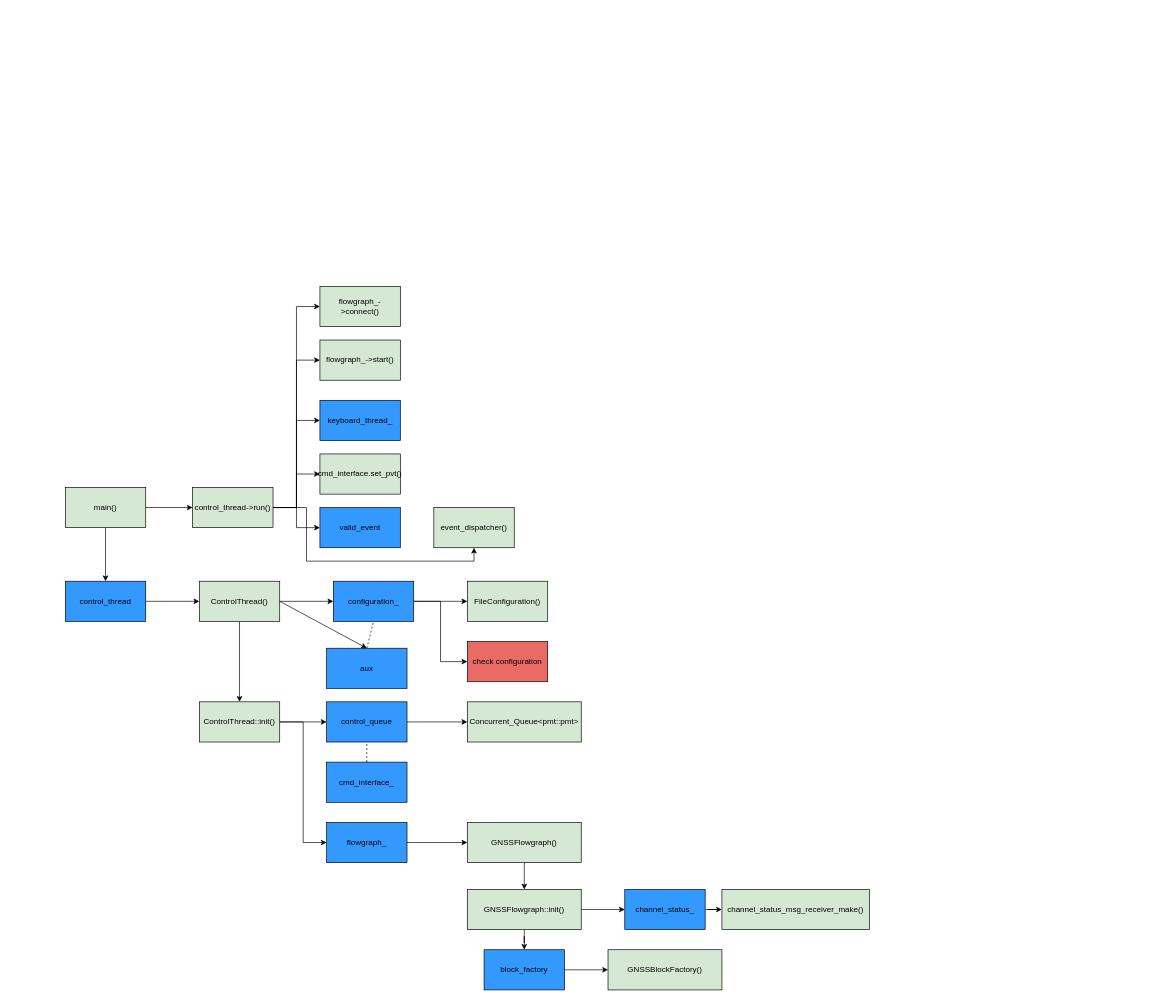
This is gnss-sdr-call.drawio from Mortarboard-H/gnss-sdr, a draw.io file, before an edit. Source tidied: cells renumbered, new cells numbered last; positions are measured from the earlier drawing's top-left corner, leaving out a move shared by most shapes. Both pictures are drawn from the tidied source at 67%, with x=0, y=0 at pixel (65, 286).
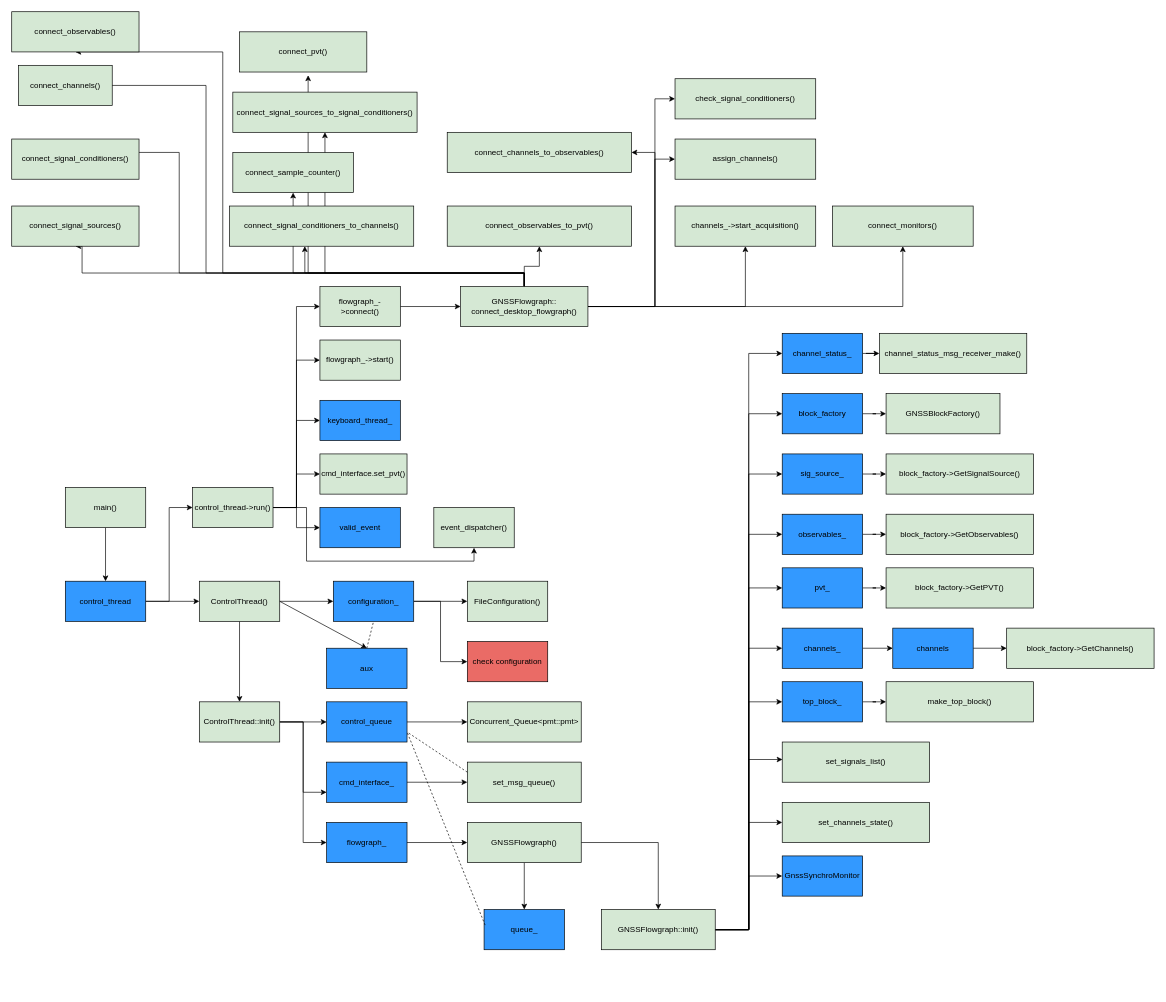
The same page after the edit.

The change refers to these unchanged cells:
```xml
<mxCell id="4" value="main()" style="rounded=0;whiteSpace=wrap;html=1;fillColor=#D5E8D4;" parent="1" vertex="1">
  <mxGeometry y="300" width="120" height="60" as="geometry" />
</mxCell>
<mxCell id="6" value="control_thread" style="whiteSpace=wrap;html=1;rounded=0;fillColor=#3399FF;" parent="1" vertex="1">
  <mxGeometry y="440" width="120" height="60" as="geometry" />
</mxCell>
<mxCell id="19" value="ControlThread::init()" style="whiteSpace=wrap;html=1;rounded=0;fillColor=#D5E8D4;" parent="1" vertex="1">
  <mxGeometry x="200" y="620" width="120" height="60" as="geometry" />
</mxCell>
<mxCell id="21" value="control_queue" style="whiteSpace=wrap;html=1;rounded=0;strokeColor=#000000;fillColor=#3399FF;" parent="1" vertex="1">
  <mxGeometry x="390" y="620" width="120" height="60" as="geometry" />
</mxCell>
<mxCell id="24" value="cmd_interface_" style="whiteSpace=wrap;html=1;rounded=0;strokeColor=#000000;fillColor=#3399FF;" parent="1" vertex="1">
  <mxGeometry x="390" y="710" width="120" height="60" as="geometry" />
</mxCell>
<mxCell id="29" value="GNSSFlowgraph()" style="whiteSpace=wrap;html=1;rounded=0;fillColor=#D5E8D4;" parent="1" vertex="1">
  <mxGeometry x="600" y="800" width="170" height="60" as="geometry" />
</mxCell>
<mxCell id="36" value="control_thread-&amp;gt;run()" style="whiteSpace=wrap;html=1;rounded=0;fillColor=#D5E8D4;" parent="1" vertex="1">
  <mxGeometry x="190" y="300" width="120" height="60" as="geometry" />
</mxCell>
<mxCell id="37" value="flowgraph_-&amp;gt;connect()" style="whiteSpace=wrap;html=1;rounded=0;fillColor=#D5E8D4;" parent="1" vertex="1">
  <mxGeometry x="380" width="120" height="60" as="geometry" />
</mxCell>
```

What changed in the source:
```diff
@@
-    <mxCell id="3" style="edgeStyle=orthogonalEdgeStyle;rounded=0;jettySize=auto;html=1;exitX=1;exitY=0.5;exitDx=0;exitDy=0;entryX=0;entryY=0.5;entryDx=0;entryDy=0;fontColor=#3399FF;" parent="1" edge="1" source="4" target="36">
-      <mxGeometry relative="1" as="geometry" />
-    </mxCell>
@@
+    <mxCell id="52" style="edgeStyle=orthogonalEdgeStyle;rounded=0;jettySize=auto;html=1;entryX=0;entryY=0.5;entryDx=0;entryDy=0;" parent="1" edge="1" source="6" target="36">
+      <mxGeometry relative="1" as="geometry" />
+    </mxCell>
@@
+    <mxCell id="53" style="edgeStyle=orthogonalEdgeStyle;rounded=0;jettySize=auto;html=1;entryX=0;entryY=0.75;entryDx=0;entryDy=0;" parent="1" edge="1" source="19" target="24">
+      <mxGeometry relative="1" as="geometry" />
+    </mxCell>
@@
+    <mxCell id="54" style="edgeStyle=orthogonalEdgeStyle;rounded=0;jettySize=auto;html=1;entryX=0;entryY=0.5;entryDx=0;entryDy=0;" parent="1" edge="1" source="24" target="87">
+      <mxGeometry relative="1" as="geometry" />
+    </mxCell>
@@
-    <mxCell id="25" style="endArrow=none;dashed=1;html=1;rounded=0;fontColor=#3399FF;entryX=0.5;entryY=1;entryDx=0;entryDy=0;exitX=0.5;exitY=0;exitDx=0;exitDy=0;" parent="1" edge="1" source="24" target="21">
-      <mxGeometry relative="1" as="geometry" />
-    </mxCell>
@@
+    <mxCell id="55" style="edgeStyle=orthogonalEdgeStyle;rounded=0;jettySize=auto;html=1;entryX=0.5;entryY=0;entryDx=0;entryDy=0;" parent="1" edge="1" source="29" target="85">
+      <mxGeometry relative="1" as="geometry" />
+    </mxCell>
@@
+    <mxCell id="56" style="edgeStyle=orthogonalEdgeStyle;rounded=0;jettySize=auto;html=1;" parent="1" edge="1" source="37" target="103">
+      <mxGeometry relative="1" as="geometry" />
+    </mxCell>
@@
     <mxCell id="40" value="cmd_interface.set_pvt()" style="whiteSpace=wrap;html=1;rounded=0;fillColor=#D5E8D4;" parent="1" vertex="1">
-      <mxGeometry x="380" y="250" width="120" height="60" as="geometry" />
+      <mxGeometry x="380" y="250" width="130" height="60" as="geometry" />
     </mxCell>
@@
+    <mxCell id="44" style="edgeStyle=orthogonalEdgeStyle;rounded=0;jettySize=auto;html=1;entryX=0;entryY=0.5;entryDx=0;entryDy=0;" parent="1" edge="1" source="45" target="50">
+      <mxGeometry relative="1" as="geometry" />
+    </mxCell>
+    <mxCell id="57" style="edgeStyle=orthogonalEdgeStyle;rounded=0;jettySize=auto;html=1;entryX=0;entryY=0.5;entryDx=0;entryDy=0;" parent="1" edge="1" source="45" target="66">
+      <mxGeometry relative="1" as="geometry" />
+    </mxCell>
+    <mxCell id="58" style="edgeStyle=orthogonalEdgeStyle;rounded=0;jettySize=auto;html=1;entryX=0;entryY=0.5;entryDx=0;entryDy=0;" parent="1" edge="1" source="45" target="69">
+      <mxGeometry relative="1" as="geometry" />
+    </mxCell>
+    <mxCell id="59" style="edgeStyle=orthogonalEdgeStyle;rounded=0;jettySize=auto;html=1;entryX=0;entryY=0.5;entryDx=0;entryDy=0;" parent="1" edge="1" source="45" target="72">
+      <mxGeometry relative="1" as="geometry" />
+    </mxCell>
-    <mxCell id="43" style="edgeStyle=orthogonalEdgeStyle;rounded=0;jettySize=auto;html=1;entryX=0.5;entryY=0;entryDx=0;entryDy=0;" parent="1" edge="1" source="45" target="47">
+    <mxCell id="43" style="edgeStyle=orthogonalEdgeStyle;rounded=0;jettySize=auto;html=1;entryX=0;entryY=0.5;entryDx=0;entryDy=0;" parent="1" edge="1" source="45" target="47">
       <mxGeometry relative="1" as="geometry" />
     </mxCell>
-    <mxCell id="44" style="edgeStyle=orthogonalEdgeStyle;rounded=0;jettySize=auto;html=1;entryX=0;entryY=0.5;entryDx=0;entryDy=0;" parent="1" edge="1" source="45" target="50">
-      <mxGeometry relative="1" as="geometry" />
-    </mxCell>
+    <mxCell id="60" style="edgeStyle=orthogonalEdgeStyle;rounded=0;jettySize=auto;html=1;entryX=0;entryY=0.5;entryDx=0;entryDy=0;" parent="1" edge="1" source="45" target="75">
+      <mxGeometry relative="1" as="geometry" />
+    </mxCell>
+    <mxCell id="61" style="edgeStyle=orthogonalEdgeStyle;rounded=0;jettySize=auto;html=1;entryX=0;entryY=0.5;entryDx=0;entryDy=0;" parent="1" edge="1" source="45" target="78">
+      <mxGeometry relative="1" as="geometry" />
+    </mxCell>
+    <mxCell id="62" style="edgeStyle=orthogonalEdgeStyle;rounded=0;jettySize=auto;html=1;entryX=0.002;entryY=0.435;entryDx=0;entryDy=0;entryPerimeter=0;" parent="1" edge="1" source="45" target="82">
+      <mxGeometry relative="1" as="geometry" />
+    </mxCell>
+    <mxCell id="63" style="edgeStyle=orthogonalEdgeStyle;rounded=0;jettySize=auto;html=1;entryX=0;entryY=0.5;entryDx=0;entryDy=0;" parent="1" edge="1" source="45" target="83">
+      <mxGeometry relative="1" as="geometry" />
+    </mxCell>
+    <mxCell id="64" style="edgeStyle=orthogonalEdgeStyle;rounded=0;jettySize=auto;html=1;entryX=0;entryY=0.5;entryDx=0;entryDy=0;" parent="1" edge="1" source="45" target="84">
+      <mxGeometry relative="1" as="geometry" />
+    </mxCell>
     <mxCell id="45" value="GNSSFlowgraph::init()" style="whiteSpace=wrap;html=1;rounded=0;fillColor=#D5E8D4;" parent="1" vertex="1">
-      <mxGeometry x="600" y="900" width="170" height="60" as="geometry" />
+      <mxGeometry x="800" y="930" width="170" height="60" as="geometry" />
     </mxCell>
@@
     <mxCell id="47" value="block_factory" style="whiteSpace=wrap;html=1;rounded=0;strokeColor=#000000;fillColor=#3399FF;" parent="1" vertex="1">
-      <mxGeometry x="625" y="990" width="120" height="60" as="geometry" />
+      <mxGeometry x="1070" y="160" width="120" height="60" as="geometry" />
     </mxCell>
     <mxCell id="48" value="GNSSBlockFactory()" style="whiteSpace=wrap;html=1;rounded=0;fillColor=#D5E8D4;" parent="1" vertex="1">
-      <mxGeometry x="810" y="990" width="170" height="60" as="geometry" />
+      <mxGeometry x="1225" y="160" width="170" height="60" as="geometry" />
     </mxCell>
@@
     <mxCell id="50" value="channel_status_" style="whiteSpace=wrap;html=1;rounded=0;strokeColor=#000000;fillColor=#3399FF;" parent="1" vertex="1">
-      <mxGeometry x="835" y="900" width="120" height="60" as="geometry" />
+      <mxGeometry x="1070" y="70" width="120" height="60" as="geometry" />
     </mxCell>
     <mxCell id="51" value="channel_status_msg_receiver_make()" style="whiteSpace=wrap;html=1;rounded=0;fillColor=#D5E8D4;" parent="1" vertex="1">
-      <mxGeometry x="980" y="900" width="220" height="60" as="geometry" />
+      <mxGeometry x="1215" y="70" width="220" height="60" as="geometry" />
     </mxCell>
+    <mxCell id="65" style="edgeStyle=orthogonalEdgeStyle;rounded=0;jettySize=auto;html=1;entryX=0;entryY=0.5;entryDx=0;entryDy=0;" parent="1" edge="1" source="66" target="67">
+      <mxGeometry relative="1" as="geometry" />
+    </mxCell>
+    <mxCell id="66" value="sig_source_" style="whiteSpace=wrap;html=1;rounded=0;strokeColor=#000000;fillColor=#3399FF;" parent="1" vertex="1">
+      <mxGeometry x="1070" y="250" width="120" height="60" as="geometry" />
+    </mxCell>
+    <mxCell id="67" value="block_factory-&amp;gt;GetSignalSource()" style="whiteSpace=wrap;html=1;rounded=0;fillColor=#D5E8D4;" parent="1" vertex="1">
+      <mxGeometry x="1225" y="250" width="220" height="60" as="geometry" />
+    </mxCell>
+    <mxCell id="68" style="edgeStyle=orthogonalEdgeStyle;rounded=0;jettySize=auto;html=1;entryX=0;entryY=0.5;entryDx=0;entryDy=0;" parent="1" edge="1" source="69" target="70">
+      <mxGeometry relative="1" as="geometry" />
+    </mxCell>
+    <mxCell id="69" value="observables_" style="whiteSpace=wrap;html=1;rounded=0;strokeColor=#000000;fillColor=#3399FF;" parent="1" vertex="1">
+      <mxGeometry x="1070" y="340" width="120" height="60" as="geometry" />
+    </mxCell>
+    <mxCell id="70" value="block_factory-&amp;gt;GetObservables()" style="whiteSpace=wrap;html=1;rounded=0;fillColor=#D5E8D4;" parent="1" vertex="1">
+      <mxGeometry x="1225" y="340" width="220" height="60" as="geometry" />
+    </mxCell>
+    <mxCell id="71" style="edgeStyle=orthogonalEdgeStyle;rounded=0;jettySize=auto;html=1;entryX=0;entryY=0.5;entryDx=0;entryDy=0;" parent="1" edge="1" source="72" target="73">
+      <mxGeometry relative="1" as="geometry" />
+    </mxCell>
+    <mxCell id="72" value="pvt_" style="whiteSpace=wrap;html=1;rounded=0;strokeColor=#000000;fillColor=#3399FF;" parent="1" vertex="1">
+      <mxGeometry x="1070" y="420" width="120" height="60" as="geometry" />
+    </mxCell>
+    <mxCell id="73" value="block_factory-&amp;gt;GetPVT()" style="whiteSpace=wrap;html=1;rounded=0;fillColor=#D5E8D4;" parent="1" vertex="1">
+      <mxGeometry x="1225" y="420" width="220" height="60" as="geometry" />
+    </mxCell>
+    <mxCell id="74" style="edgeStyle=orthogonalEdgeStyle;rounded=0;jettySize=auto;html=1;entryX=0;entryY=0.5;entryDx=0;entryDy=0;" parent="1" edge="1" source="75" target="76">
+      <mxGeometry relative="1" as="geometry" />
+    </mxCell>
+    <mxCell id="75" value="top_block_" style="whiteSpace=wrap;html=1;rounded=0;strokeColor=#000000;fillColor=#3399FF;" parent="1" vertex="1">
+      <mxGeometry x="1070" y="590" width="120" height="60" as="geometry" />
+    </mxCell>
+    <mxCell id="76" value="make_top_block()" style="whiteSpace=wrap;html=1;rounded=0;fillColor=#D5E8D4;" parent="1" vertex="1">
+      <mxGeometry x="1225" y="590" width="220" height="60" as="geometry" />
+    </mxCell>
+    <mxCell id="77" style="edgeStyle=orthogonalEdgeStyle;rounded=0;jettySize=auto;html=1;entryX=0;entryY=0.5;entryDx=0;entryDy=0;" parent="1" edge="1" source="78" target="80">
+      <mxGeometry relative="1" as="geometry" />
+    </mxCell>
+    <mxCell id="78" value="channels_" style="whiteSpace=wrap;html=1;rounded=0;strokeColor=#000000;fillColor=#3399FF;" parent="1" vertex="1">
+      <mxGeometry x="1070" y="510" width="120" height="60" as="geometry" />
+    </mxCell>
+    <mxCell id="79" style="edgeStyle=orthogonalEdgeStyle;rounded=0;jettySize=auto;html=1;entryX=0;entryY=0.5;entryDx=0;entryDy=0;" parent="1" edge="1" source="80" target="81">
+      <mxGeometry relative="1" as="geometry" />
+    </mxCell>
+    <mxCell id="80" value="channels" style="whiteSpace=wrap;html=1;rounded=0;strokeColor=#000000;fillColor=#3399FF;" parent="1" vertex="1">
+      <mxGeometry x="1235" y="510" width="120" height="60" as="geometry" />
+    </mxCell>
+    <mxCell id="81" value="block_factory-&amp;gt;GetChannels()" style="whiteSpace=wrap;html=1;rounded=0;fillColor=#D5E8D4;" parent="1" vertex="1">
+      <mxGeometry x="1405" y="510" width="220" height="60" as="geometry" />
+    </mxCell>
+    <mxCell id="82" value="set_signals_list()" style="whiteSpace=wrap;html=1;rounded=0;fillColor=#D5E8D4;" parent="1" vertex="1">
+      <mxGeometry x="1070" y="680" width="220" height="60" as="geometry" />
+    </mxCell>
+    <mxCell id="83" value="set_channels_state()" style="whiteSpace=wrap;html=1;rounded=0;fillColor=#D5E8D4;" parent="1" vertex="1">
+      <mxGeometry x="1070" y="770" width="220" height="60" as="geometry" />
+    </mxCell>
+    <mxCell id="84" value="GnssSynchroMonitor" style="whiteSpace=wrap;html=1;rounded=0;strokeColor=#000000;fillColor=#3399FF;" parent="1" vertex="1">
+      <mxGeometry x="1070" y="850" width="120" height="60" as="geometry" />
+    </mxCell>
+    <mxCell id="85" value="queue_" style="whiteSpace=wrap;html=1;rounded=0;strokeColor=#000000;fillColor=#3399FF;" parent="1" vertex="1">
+      <mxGeometry x="625" y="930" width="120" height="60" as="geometry" />
+    </mxCell>
+    <mxCell id="86" style="endArrow=none;dashed=1;html=1;rounded=0;entryX=1;entryY=0.75;entryDx=0;entryDy=0;exitX=0.013;exitY=0.387;exitDx=0;exitDy=0;exitPerimeter=0;" parent="1" edge="1" source="85" target="21">
+      <mxGeometry relative="1" as="geometry" />
+    </mxCell>
+    <mxCell id="87" value="set_msg_queue()" style="whiteSpace=wrap;html=1;rounded=0;fillColor=#D5E8D4;" parent="1" vertex="1">
+      <mxGeometry x="600" y="710" width="170" height="60" as="geometry" />
+    </mxCell>
+    <mxCell id="88" style="endArrow=none;dashed=1;html=1;rounded=0;entryX=1;entryY=0.75;entryDx=0;entryDy=0;exitX=0;exitY=0.25;exitDx=0;exitDy=0;" parent="1" edge="1" source="87" target="21">
+      <mxGeometry relative="1" as="geometry" />
+    </mxCell>
+    <mxCell id="89" style="edgeStyle=orthogonalEdgeStyle;rounded=0;jettySize=auto;html=1;entryX=0.5;entryY=1;entryDx=0;entryDy=0;" parent="1" edge="1" source="103" target="104">
+      <mxGeometry relative="1" as="geometry">
+        <Array as="points">
+          <mxPoint x="685" y="-20" />
+          <mxPoint x="25" y="-20" />
+        </Array>
+      </mxGeometry>
+    </mxCell>
+    <mxCell id="90" style="edgeStyle=orthogonalEdgeStyle;rounded=0;jettySize=auto;html=1;entryX=0.5;entryY=1;entryDx=0;entryDy=0;" parent="1" edge="1" source="103" target="105">
+      <mxGeometry relative="1" as="geometry">
+        <Array as="points">
+          <mxPoint x="685" y="-20" />
+          <mxPoint x="170" y="-20" />
+          <mxPoint x="170" y="-200" />
+        </Array>
+      </mxGeometry>
+    </mxCell>
+    <mxCell id="91" style="edgeStyle=orthogonalEdgeStyle;rounded=0;jettySize=auto;html=1;entryX=0.5;entryY=1;entryDx=0;entryDy=0;" parent="1" edge="1" source="103" target="106">
+      <mxGeometry relative="1" as="geometry">
+        <Array as="points">
+          <mxPoint x="685" y="-20" />
+          <mxPoint x="210" y="-20" />
+          <mxPoint x="210" y="-300" />
+        </Array>
+      </mxGeometry>
+    </mxCell>
+    <mxCell id="92" style="edgeStyle=orthogonalEdgeStyle;rounded=0;jettySize=auto;html=1;entryX=0.5;entryY=1;entryDx=0;entryDy=0;" parent="1" edge="1" source="103" target="107">
+      <mxGeometry relative="1" as="geometry">
+        <Array as="points">
+          <mxPoint x="685" y="-20" />
+          <mxPoint x="235" y="-20" />
+        </Array>
+      </mxGeometry>
+    </mxCell>
+    <mxCell id="93" style="edgeStyle=orthogonalEdgeStyle;rounded=0;jettySize=auto;html=1;entryX=0.539;entryY=1.081;entryDx=0;entryDy=0;entryPerimeter=0;" parent="1" edge="1" source="103" target="108">
+      <mxGeometry relative="1" as="geometry">
+        <Array as="points">
+          <mxPoint x="685" y="-20" />
+          <mxPoint x="362" y="-20" />
+        </Array>
+      </mxGeometry>
+    </mxCell>
+    <mxCell id="94" style="edgeStyle=orthogonalEdgeStyle;rounded=0;jettySize=auto;html=1;entryX=0.5;entryY=1;entryDx=0;entryDy=0;" parent="1" edge="1" source="103" target="109">
+      <mxGeometry relative="1" as="geometry">
+        <Array as="points">
+          <mxPoint x="685" y="-20" />
+          <mxPoint x="388" y="-20" />
+        </Array>
+      </mxGeometry>
+    </mxCell>
+    <mxCell id="95" style="edgeStyle=orthogonalEdgeStyle;rounded=0;jettySize=auto;html=1;entryX=0.5;entryY=1;entryDx=0;entryDy=0;" parent="1" edge="1" source="103" target="110">
+      <mxGeometry relative="1" as="geometry">
+        <Array as="points">
+          <mxPoint x="685" y="-20" />
+          <mxPoint x="340" y="-20" />
+        </Array>
+      </mxGeometry>
+    </mxCell>
+    <mxCell id="96" style="edgeStyle=orthogonalEdgeStyle;rounded=0;jettySize=auto;html=1;entryX=0.409;entryY=0.999;entryDx=0;entryDy=0;entryPerimeter=0;" parent="1" edge="1" source="103" target="111">
+      <mxGeometry relative="1" as="geometry">
+        <Array as="points">
+          <mxPoint x="685" y="-20" />
+          <mxPoint x="358" y="-20" />
+        </Array>
+      </mxGeometry>
+    </mxCell>
+    <mxCell id="97" style="edgeStyle=orthogonalEdgeStyle;rounded=0;jettySize=auto;html=1;" parent="1" edge="1" source="103" target="113">
+      <mxGeometry relative="1" as="geometry" />
+    </mxCell>
+    <mxCell id="98" style="edgeStyle=orthogonalEdgeStyle;rounded=0;jettySize=auto;html=1;entryX=0.5;entryY=1;entryDx=0;entryDy=0;" parent="1" edge="1" source="103" target="115">
+      <mxGeometry relative="1" as="geometry" />
+    </mxCell>
+    <mxCell id="99" style="edgeStyle=orthogonalEdgeStyle;rounded=0;jettySize=auto;html=1;entryX=0;entryY=0.5;entryDx=0;entryDy=0;" parent="1" edge="1" source="103" target="116">
+      <mxGeometry relative="1" as="geometry">
+        <Array as="points">
+          <mxPoint x="880" y="30" />
+          <mxPoint x="880" y="-190" />
+        </Array>
+      </mxGeometry>
+    </mxCell>
+    <mxCell id="100" style="edgeStyle=orthogonalEdgeStyle;rounded=0;jettySize=auto;html=1;entryX=0;entryY=0.5;entryDx=0;entryDy=0;" parent="1" edge="1" source="103" target="117">
+      <mxGeometry relative="1" as="geometry">
+        <Array as="points">
+          <mxPoint x="880" y="30" />
+          <mxPoint x="880" y="-280" />
+        </Array>
+      </mxGeometry>
+    </mxCell>
+    <mxCell id="101" style="edgeStyle=orthogonalEdgeStyle;rounded=0;jettySize=auto;html=1;entryX=1;entryY=0.5;entryDx=0;entryDy=0;" parent="1" edge="1" source="103" target="112">
+      <mxGeometry relative="1" as="geometry">
+        <Array as="points">
+          <mxPoint x="880" y="30" />
+          <mxPoint x="880" y="-200" />
+        </Array>
+      </mxGeometry>
+    </mxCell>
+    <mxCell id="102" style="edgeStyle=orthogonalEdgeStyle;rounded=0;jettySize=auto;html=1;entryX=0.5;entryY=1;entryDx=0;entryDy=0;" parent="1" edge="1" source="103" target="118">
+      <mxGeometry relative="1" as="geometry" />
+    </mxCell>
+    <mxCell id="103" value="&lt;div&gt;GNSSFlowgraph::&lt;/div&gt;&lt;div&gt;connect_desktop_flowgraph()&lt;/div&gt;" style="whiteSpace=wrap;html=1;rounded=0;fillColor=#D5E8D4;" parent="1" vertex="1">
+      <mxGeometry x="590" width="190" height="60" as="geometry" />
+    </mxCell>
+    <mxCell id="104" value="connect_signal_sources()" style="whiteSpace=wrap;html=1;rounded=0;fillColor=#D5E8D4;" parent="1" vertex="1">
+      <mxGeometry x="-80" y="-120" width="190" height="60" as="geometry" />
+    </mxCell>
+    <mxCell id="105" value="connect_signal_conditioners()" style="whiteSpace=wrap;html=1;rounded=0;fillColor=#D5E8D4;" parent="1" vertex="1">
+      <mxGeometry x="-80" y="-220" width="190" height="60" as="geometry" />
+    </mxCell>
+    <mxCell id="106" value="connect_channels()" style="whiteSpace=wrap;html=1;rounded=0;fillColor=#D5E8D4;" parent="1" vertex="1">
+      <mxGeometry x="-70" y="-330" width="140" height="60" as="geometry" />
+    </mxCell>
+    <mxCell id="107" value="connect_observables()" style="whiteSpace=wrap;html=1;rounded=0;fillColor=#D5E8D4;" parent="1" vertex="1">
+      <mxGeometry x="-80" y="-410" width="190" height="60" as="geometry" />
+    </mxCell>
+    <mxCell id="108" value="connect_pvt()" style="whiteSpace=wrap;html=1;rounded=0;fillColor=#D5E8D4;" parent="1" vertex="1">
+      <mxGeometry x="260" y="-380" width="190" height="60" as="geometry" />
+    </mxCell>
+    <mxCell id="109" value="connect_signal_sources_to_signal_conditioners()" style="whiteSpace=wrap;html=1;rounded=0;fillColor=#D5E8D4;" parent="1" vertex="1">
+      <mxGeometry x="250" y="-290" width="275" height="60" as="geometry" />
+    </mxCell>
+    <mxCell id="110" value="connect_sample_counter()" style="whiteSpace=wrap;html=1;rounded=0;fillColor=#D5E8D4;" parent="1" vertex="1">
+      <mxGeometry x="250" y="-200" width="180" height="60" as="geometry" />
+    </mxCell>
+    <mxCell id="111" value="connect_signal_conditioners_to_channels()" style="whiteSpace=wrap;html=1;rounded=0;fillColor=#D5E8D4;" parent="1" vertex="1">
+      <mxGeometry x="245" y="-120" width="275" height="60" as="geometry" />
+    </mxCell>
+    <mxCell id="112" value="connect_channels_to_observables()" style="whiteSpace=wrap;html=1;rounded=0;fillColor=#D5E8D4;" parent="1" vertex="1">
+      <mxGeometry x="570" y="-230" width="275" height="60" as="geometry" />
+    </mxCell>
+    <mxCell id="113" value="connect_observables_to_pvt()" style="whiteSpace=wrap;html=1;rounded=0;fillColor=#D5E8D4;" parent="1" vertex="1">
+      <mxGeometry x="570" y="-120" width="275" height="60" as="geometry" />
+    </mxCell>
+    <mxCell id="114" value="&amp;nbsp;" style="text;whiteSpace=wrap;html=1;" parent="1" vertex="1">
+      <mxGeometry x="1060" y="270" width="40" height="40" as="geometry" />
+    </mxCell>
+    <mxCell id="115" value="channels_-&amp;gt;start_acquisition()" style="whiteSpace=wrap;html=1;rounded=0;fillColor=#D5E8D4;" parent="1" vertex="1">
+      <mxGeometry x="910" y="-120" width="210" height="60" as="geometry" />
+    </mxCell>
+    <mxCell id="116" value="assign_channels()" style="whiteSpace=wrap;html=1;rounded=0;fillColor=#D5E8D4;" parent="1" vertex="1">
+      <mxGeometry x="910" y="-220" width="210" height="60" as="geometry" />
+    </mxCell>
+    <mxCell id="117" value="check_signal_conditioners()" style="whiteSpace=wrap;html=1;rounded=0;fillColor=#D5E8D4;" parent="1" vertex="1">
+      <mxGeometry x="910" y="-310" width="210" height="60" as="geometry" />
+    </mxCell>
+    <mxCell id="118" value="connect_monitors()" style="whiteSpace=wrap;html=1;rounded=0;fillColor=#D5E8D4;" parent="1" vertex="1">
+      <mxGeometry x="1145" y="-120" width="210" height="60" as="geometry" />
+    </mxCell>
```
